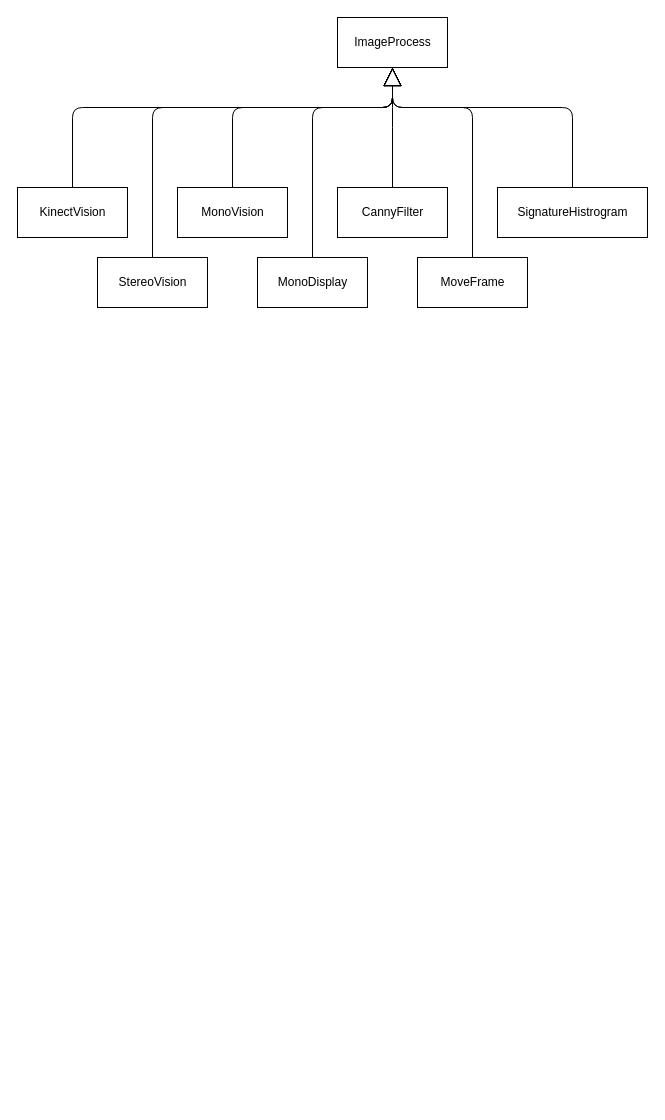
Earlier version of the draw.io diagram diagramas/image_process.drawio (bydansouza/ifscTCC). Source tidied: cells renumbered, new cells numbered last; positions are measured from the earlier drawing's top-left corner, leaving out a move shared by most shapes. Both pictures are drawn from the tidied source at 100%, with x=0, y=0 at pixel (17, 17).
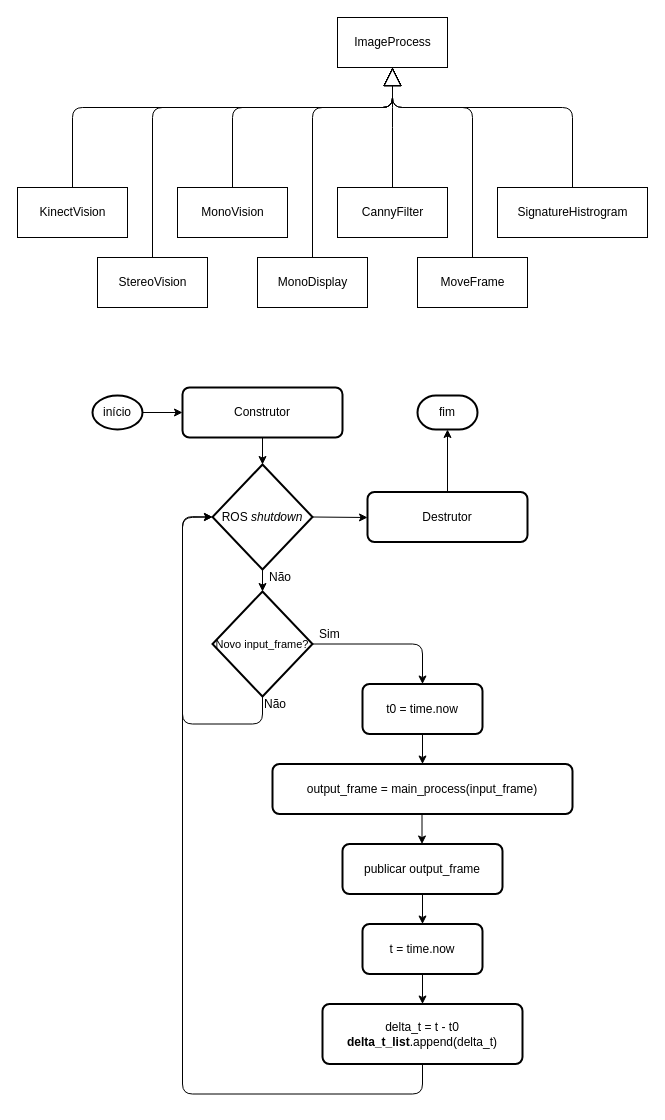
After the change.

What changed in the source:
```diff
@@
+    <mxCell id="17" value="Construtor" style="rounded=1;whiteSpace=wrap;html=1;absoluteArcSize=1;arcSize=14;strokeWidth=2;" parent="1" vertex="1">
+      <mxGeometry x="165" y="370" width="160" height="50" as="geometry" />
+    </mxCell>
+    <mxCell id="18" value="início" style="strokeWidth=2;html=1;shape=mxgraph.flowchart.start_1;whiteSpace=wrap;" parent="1" vertex="1">
+      <mxGeometry x="75" y="378" width="50" height="34" as="geometry" />
+    </mxCell>
+    <mxCell id="19" value="t0 = time.now" style="rounded=1;whiteSpace=wrap;html=1;absoluteArcSize=1;arcSize=14;strokeWidth=2;" parent="1" vertex="1">
+      <mxGeometry x="345" y="666.5" width="120" height="50" as="geometry" />
+    </mxCell>
+    <mxCell id="20" value="&lt;font style=&quot;font-size: 11px&quot;&gt;Novo input_frame?&lt;/font&gt;" style="strokeWidth=2;html=1;shape=mxgraph.flowchart.decision;whiteSpace=wrap;" parent="1" vertex="1">
+      <mxGeometry x="195" y="574" width="100" height="105" as="geometry" />
+    </mxCell>
+    <mxCell id="21" value="t = time.now" style="rounded=1;whiteSpace=wrap;html=1;absoluteArcSize=1;arcSize=14;strokeWidth=2;" parent="1" vertex="1">
+      <mxGeometry x="345" y="906.5" width="120" height="50" as="geometry" />
+    </mxCell>
+    <mxCell id="22" value="output_frame = main_process(input_frame)" style="rounded=1;whiteSpace=wrap;html=1;absoluteArcSize=1;arcSize=14;strokeWidth=2;" parent="1" vertex="1">
+      <mxGeometry x="255" y="746.5" width="300" height="50" as="geometry" />
+    </mxCell>
+    <mxCell id="23" value="Sim" style="text;html=1;align=left;verticalAlign=top;spacingTop=-4;" parent="1" vertex="1">
+      <mxGeometry x="300" y="606.5" width="40" height="20" as="geometry" />
+    </mxCell>
+    <mxCell id="24" style="endArrow=classic;html=1;entryX=0.5;entryY=0;entryDx=0;entryDy=0;exitX=1;exitY=0.5;exitDx=0;exitDy=0;exitPerimeter=0;" parent="1" edge="1" source="20" target="19">
+      <mxGeometry relative="1" as="geometry">
+        <Array as="points">
+          <mxPoint x="405" y="626.5" />
+        </Array>
+      </mxGeometry>
+    </mxCell>
+    <mxCell id="25" value="Não" style="text;html=1;align=left;verticalAlign=top;spacingTop=-4;" parent="1" vertex="1">
+      <mxGeometry x="245" y="676.5" width="40" height="20" as="geometry" />
+    </mxCell>
+    <mxCell id="26" style="endArrow=classic;html=1;entryX=0.5;entryY=0;entryDx=0;entryDy=0;exitX=0.5;exitY=1;exitDx=0;exitDy=0;" parent="1" edge="1" source="19" target="22">
+      <mxGeometry relative="1" as="geometry" />
+    </mxCell>
+    <mxCell id="27" style="endArrow=classic;html=1;entryX=0.5;entryY=0;entryDx=0;entryDy=0;exitX=0.5;exitY=1;exitDx=0;exitDy=0;" parent="1" edge="1">
+      <mxGeometry relative="1" as="geometry">
+        <mxPoint x="404.5" y="796.5" as="sourcePoint" />
+        <mxPoint x="404.5" y="826.5" as="targetPoint" />
+      </mxGeometry>
+    </mxCell>
+    <mxCell id="28" style="endArrow=classic;html=1;exitX=0.5;exitY=1;exitDx=0;exitDy=0;exitPerimeter=0;entryX=0;entryY=0.5;entryDx=0;entryDy=0;entryPerimeter=0;" parent="1" edge="1" source="20" target="35">
+      <mxGeometry relative="1" as="geometry">
+        <Array as="points">
+          <mxPoint x="245" y="706.5" />
+          <mxPoint x="165" y="706.5" />
+          <mxPoint x="165" y="499" />
+        </Array>
+      </mxGeometry>
+    </mxCell>
+    <mxCell id="29" style="endArrow=classic;html=1;entryX=0;entryY=0.5;entryDx=0;entryDy=0;exitX=1;exitY=0.5;exitDx=0;exitDy=0;exitPerimeter=0;" parent="1" edge="1" source="18" target="17">
+      <mxGeometry relative="1" as="geometry" />
+    </mxCell>
+    <mxCell id="30" value="&lt;div&gt;delta_t = t - t0&lt;/div&gt;&lt;div&gt;&lt;b&gt;delta_t_list&lt;/b&gt;.append(delta_t)&lt;/div&gt;" style="rounded=1;whiteSpace=wrap;html=1;absoluteArcSize=1;arcSize=14;strokeWidth=2;" parent="1" vertex="1">
+      <mxGeometry x="305" y="986.5" width="200" height="60" as="geometry" />
+    </mxCell>
+    <mxCell id="31" style="endArrow=classic;html=1;exitX=0.5;exitY=1;exitDx=0;exitDy=0;" parent="1" edge="1" source="21">
+      <mxGeometry relative="1" as="geometry">
+        <mxPoint x="405" y="986.5" as="targetPoint" />
+      </mxGeometry>
+    </mxCell>
+    <mxCell id="32" value="publicar output_frame" style="rounded=1;whiteSpace=wrap;html=1;absoluteArcSize=1;arcSize=14;strokeWidth=2;" parent="1" vertex="1">
+      <mxGeometry x="325" y="826.5" width="160" height="50" as="geometry" />
+    </mxCell>
+    <mxCell id="33" style="endArrow=classic;html=1;entryX=0.5;entryY=0;entryDx=0;entryDy=0;exitX=0.5;exitY=1;exitDx=0;exitDy=0;" parent="1" edge="1" source="32" target="21">
+      <mxGeometry relative="1" as="geometry" />
+    </mxCell>
+    <mxCell id="34" style="endArrow=classic;html=1;exitX=0.5;exitY=1;exitDx=0;exitDy=0;entryX=0;entryY=0.5;entryDx=0;entryDy=0;entryPerimeter=0;" parent="1" edge="1" source="30" target="35">
+      <mxGeometry relative="1" as="geometry">
+        <Array as="points">
+          <mxPoint x="405" y="1076.5" />
+          <mxPoint x="165" y="1076.5" />
+          <mxPoint x="165" y="706.5" />
+          <mxPoint x="165" y="500" />
+        </Array>
+      </mxGeometry>
+    </mxCell>
+    <mxCell id="35" value="ROS &lt;i&gt;shutdown&lt;/i&gt;" style="strokeWidth=2;html=1;shape=mxgraph.flowchart.decision;whiteSpace=wrap;" parent="1" vertex="1">
+      <mxGeometry x="195" y="447" width="100" height="105" as="geometry" />
+    </mxCell>
+    <mxCell id="36" style="endArrow=classic;html=1;entryX=0.5;entryY=0;entryDx=0;entryDy=0;entryPerimeter=0;exitX=0.5;exitY=1;exitDx=0;exitDy=0;exitPerimeter=0;" parent="1" edge="1" source="35" target="20">
+      <mxGeometry relative="1" as="geometry" />
+    </mxCell>
+    <mxCell id="37" style="endArrow=classic;html=1;entryX=0.5;entryY=0;entryDx=0;entryDy=0;entryPerimeter=0;exitX=0.5;exitY=1;exitDx=0;exitDy=0;" parent="1" edge="1" source="17" target="35">
+      <mxGeometry relative="1" as="geometry" />
+    </mxCell>
+    <mxCell id="38" value="Não" style="text;html=1;align=left;verticalAlign=top;spacingTop=-4;" parent="1" vertex="1">
+      <mxGeometry x="250" y="550" width="40" height="20" as="geometry" />
+    </mxCell>
+    <mxCell id="39" style="endArrow=classic;html=1;exitX=1;exitY=0.5;exitDx=0;exitDy=0;exitPerimeter=0;" parent="1" edge="1" source="35">
+      <mxGeometry relative="1" as="geometry">
+        <mxPoint x="350" y="500" as="targetPoint" />
+      </mxGeometry>
+    </mxCell>
+    <mxCell id="40" value="fim" style="strokeWidth=2;html=1;shape=mxgraph.flowchart.terminator;whiteSpace=wrap;" parent="1" vertex="1">
+      <mxGeometry x="400" y="378" width="60" height="34" as="geometry" />
+    </mxCell>
+    <mxCell id="41" value="Destrutor" style="rounded=1;whiteSpace=wrap;html=1;absoluteArcSize=1;arcSize=14;strokeWidth=2;" parent="1" vertex="1">
+      <mxGeometry x="350" y="474.5" width="160" height="50" as="geometry" />
+    </mxCell>
+    <mxCell id="42" style="endArrow=classic;html=1;entryX=0.5;entryY=1;entryDx=0;entryDy=0;entryPerimeter=0;exitX=0.5;exitY=0;exitDx=0;exitDy=0;" parent="1" edge="1" source="41" target="40">
+      <mxGeometry relative="1" as="geometry" />
+    </mxCell>
```
